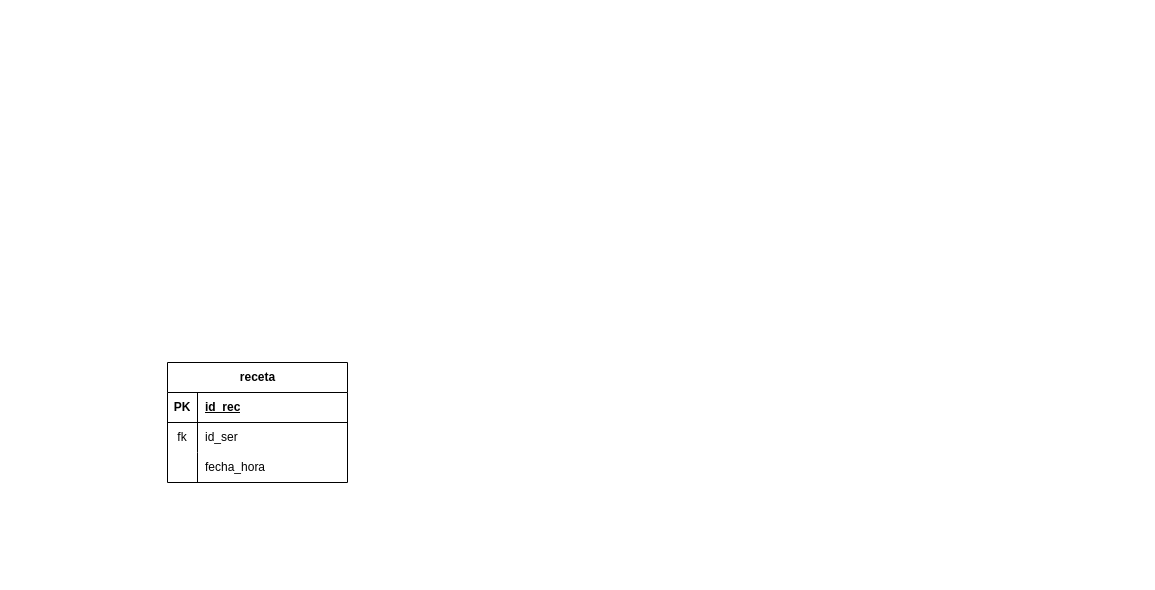
The draw.io diagram CPM_Models.drawio in ErnestoDanielTafoyaMolinaCYM/clases-cat-cym, before the edit. Source tidied: cells renumbered, new cells numbered last; positions are measured from the earlier drawing's top-left corner, leaving out a move shared by most shapes. Both pictures are drawn from the tidied source at 100%, with x=0, y=0 at pixel (167, 362).
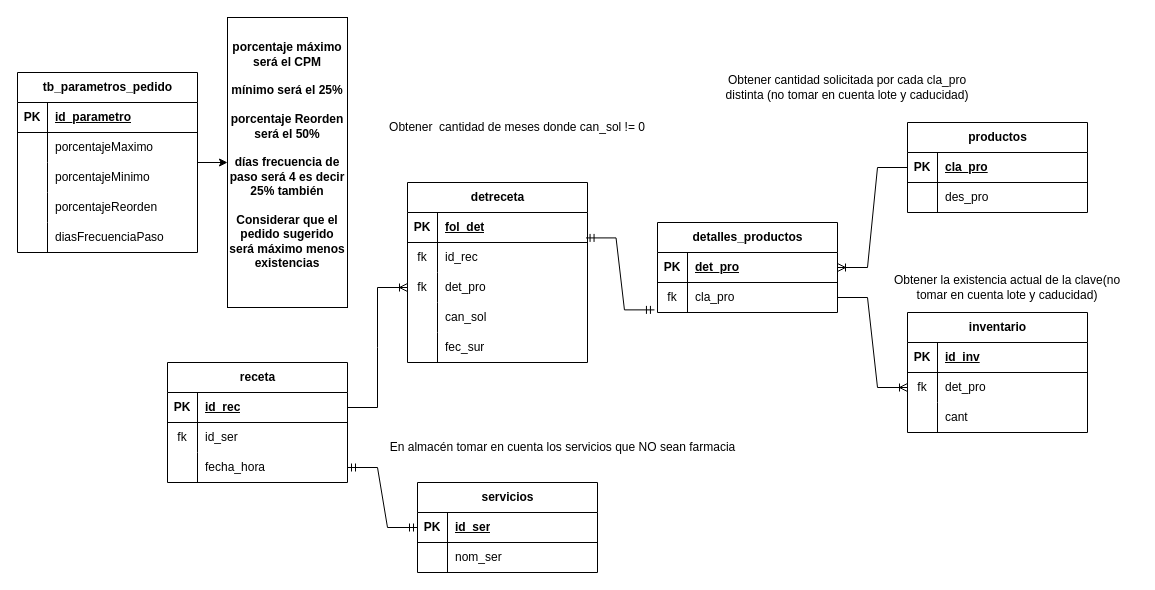
The same diagram, later.

The change refers to these unchanged cells:
```xml
<mxCell id="3" style="shape=tableRow;horizontal=0;startSize=0;swimlaneHead=0;swimlaneBody=0;fillColor=none;points=[[0,0.5],[1,0.5]];portConstraint=eastwest;top=0;left=0;right=0;bottom=1;" parent="2" vertex="1">
  <mxGeometry y="30" width="180" height="30" as="geometry" />
</mxCell>
<mxCell id="9" style="shape=tableRow;horizontal=0;startSize=0;swimlaneHead=0;swimlaneBody=0;fillColor=none;points=[[0,0.5],[1,0.5]];portConstraint=eastwest;top=0;left=0;right=0;bottom=0;" parent="2" vertex="1">
  <mxGeometry y="90" width="180" height="30" as="geometry" />
</mxCell>
```

What changed in the source:
```diff
@@
+    <mxCell id="12" value="detreceta" style="shape=table;startSize=30;childLayout=tableLayout;rowLines=0;fontStyle=1;align=center;html=1;" parent="1" vertex="1">
+      <mxGeometry x="240" y="-180" width="180" height="180" as="geometry" />
+    </mxCell>
+    <mxCell id="13" style="shape=tableRow;horizontal=0;startSize=0;swimlaneHead=0;swimlaneBody=0;fillColor=none;points=[[0,0.5],[1,0.5]];portConstraint=eastwest;top=0;left=0;right=0;bottom=1;" parent="12" vertex="1">
+      <mxGeometry y="30" width="180" height="30" as="geometry" />
+    </mxCell>
+    <mxCell id="14" value="PK" style="shape=partialRectangle;fillColor=none;top=0;left=0;bottom=0;right=0;fontStyle=1;overflow=hidden;whiteSpace=wrap;html=1;" parent="13" vertex="1">
+      <mxGeometry width="30" height="30" as="geometry" />
+    </mxCell>
+    <mxCell id="15" value="fol_det" style="shape=partialRectangle;fillColor=none;top=0;left=0;bottom=0;right=0;align=left;spacingLeft=6;fontStyle=5;overflow=hidden;whiteSpace=wrap;html=1;" parent="13" vertex="1">
+      <mxGeometry x="30" width="150" height="30" as="geometry" />
+    </mxCell>
+    <mxCell id="16" style="shape=tableRow;horizontal=0;startSize=0;swimlaneHead=0;swimlaneBody=0;fillColor=none;top=0;left=0;right=0;bottom=0;" parent="12" vertex="1">
+      <mxGeometry y="60" width="180" height="30" as="geometry" />
+    </mxCell>
+    <mxCell id="17" value="fk" style="shape=partialRectangle;fillColor=none;top=0;left=0;bottom=0;right=0;overflow=hidden;whiteSpace=wrap;html=1;" parent="16" vertex="1">
+      <mxGeometry width="30" height="30" as="geometry" />
+    </mxCell>
+    <mxCell id="18" value="id_rec" style="shape=partialRectangle;fillColor=none;top=0;left=0;bottom=0;right=0;align=left;spacingLeft=6;overflow=hidden;whiteSpace=wrap;html=1;" parent="16" vertex="1">
+      <mxGeometry x="30" width="150" height="30" as="geometry" />
+    </mxCell>
+    <mxCell id="19" style="shape=tableRow;horizontal=0;startSize=0;swimlaneHead=0;swimlaneBody=0;fillColor=none;points=[[0,0.5],[1,0.5]];portConstraint=eastwest;top=0;left=0;right=0;bottom=0;" parent="12" vertex="1">
+      <mxGeometry y="90" width="180" height="30" as="geometry" />
+    </mxCell>
+    <mxCell id="20" value="fk" style="shape=partialRectangle;fillColor=none;top=0;left=0;bottom=0;right=0;overflow=hidden;whiteSpace=wrap;html=1;" parent="19" vertex="1">
+      <mxGeometry width="30" height="30" as="geometry" />
+    </mxCell>
+    <mxCell id="21" value="det_pro" style="shape=partialRectangle;fillColor=none;top=0;left=0;bottom=0;right=0;align=left;spacingLeft=6;overflow=hidden;whiteSpace=wrap;html=1;" parent="19" vertex="1">
+      <mxGeometry x="30" width="150" height="30" as="geometry" />
+    </mxCell>
+    <mxCell id="22" style="shape=tableRow;horizontal=0;startSize=0;swimlaneHead=0;swimlaneBody=0;fillColor=none;top=0;left=0;right=0;bottom=0;" parent="12" vertex="1">
+      <mxGeometry y="120" width="180" height="30" as="geometry" />
+    </mxCell>
+    <mxCell id="23" style="shape=partialRectangle;fillColor=none;top=0;left=0;bottom=0;right=0;overflow=hidden;whiteSpace=wrap;html=1;" parent="22" vertex="1">
+      <mxGeometry width="30" height="30" as="geometry" />
+    </mxCell>
+    <mxCell id="24" value="can_sol" style="shape=partialRectangle;fillColor=none;top=0;left=0;bottom=0;right=0;align=left;spacingLeft=6;overflow=hidden;whiteSpace=wrap;html=1;" parent="22" vertex="1">
+      <mxGeometry x="30" width="150" height="30" as="geometry" />
+    </mxCell>
+    <mxCell id="25" style="shape=tableRow;horizontal=0;startSize=0;swimlaneHead=0;swimlaneBody=0;fillColor=none;top=0;left=0;right=0;bottom=0;" parent="12" vertex="1">
+      <mxGeometry y="150" width="180" height="30" as="geometry" />
+    </mxCell>
+    <mxCell id="26" style="shape=partialRectangle;fillColor=none;top=0;left=0;bottom=0;right=0;overflow=hidden;whiteSpace=wrap;html=1;" parent="25" vertex="1">
+      <mxGeometry width="30" height="30" as="geometry" />
+    </mxCell>
+    <mxCell id="27" value="fec_sur" style="shape=partialRectangle;fillColor=none;top=0;left=0;bottom=0;right=0;align=left;spacingLeft=6;overflow=hidden;whiteSpace=wrap;html=1;" parent="25" vertex="1">
+      <mxGeometry x="30" width="150" height="30" as="geometry" />
+    </mxCell>
+    <mxCell id="28" value="detalles_productos" style="shape=table;startSize=30;childLayout=tableLayout;rowLines=0;fontStyle=1;align=center;html=1;" parent="1" vertex="1">
+      <mxGeometry x="490" y="-140" width="180" height="90" as="geometry" />
+    </mxCell>
+    <mxCell id="29" style="shape=tableRow;horizontal=0;startSize=0;swimlaneHead=0;swimlaneBody=0;fillColor=none;points=[[0,0.5],[1,0.5]];portConstraint=eastwest;top=0;left=0;right=0;bottom=1;" parent="28" vertex="1">
+      <mxGeometry y="30" width="180" height="30" as="geometry" />
+    </mxCell>
+    <mxCell id="30" value="PK" style="shape=partialRectangle;fillColor=none;top=0;left=0;bottom=0;right=0;fontStyle=1;overflow=hidden;whiteSpace=wrap;html=1;" parent="29" vertex="1">
+      <mxGeometry width="30" height="30" as="geometry" />
+    </mxCell>
+    <mxCell id="31" value="det_pro" style="shape=partialRectangle;fillColor=none;top=0;left=0;bottom=0;right=0;align=left;spacingLeft=6;fontStyle=5;overflow=hidden;whiteSpace=wrap;html=1;" parent="29" vertex="1">
+      <mxGeometry x="30" width="150" height="30" as="geometry" />
+    </mxCell>
+    <mxCell id="32" style="shape=tableRow;horizontal=0;startSize=0;swimlaneHead=0;swimlaneBody=0;fillColor=none;points=[[0,0.5],[1,0.5]];portConstraint=eastwest;top=0;left=0;right=0;bottom=0;" parent="28" vertex="1">
+      <mxGeometry y="60" width="180" height="30" as="geometry" />
+    </mxCell>
+    <mxCell id="33" value="fk" style="shape=partialRectangle;fillColor=none;top=0;left=0;bottom=0;right=0;overflow=hidden;whiteSpace=wrap;html=1;" parent="32" vertex="1">
+      <mxGeometry width="30" height="30" as="geometry" />
+    </mxCell>
+    <mxCell id="34" value="cla_pro" style="shape=partialRectangle;fillColor=none;top=0;left=0;bottom=0;right=0;align=left;spacingLeft=6;overflow=hidden;whiteSpace=wrap;html=1;" parent="32" vertex="1">
+      <mxGeometry x="30" width="150" height="30" as="geometry" />
+    </mxCell>
+    <mxCell id="35" value="productos" style="shape=table;startSize=30;childLayout=tableLayout;rowLines=0;fontStyle=1;align=center;html=1;" parent="1" vertex="1">
+      <mxGeometry x="740" y="-240" width="180" height="90" as="geometry" />
+    </mxCell>
+    <mxCell id="36" style="shape=tableRow;horizontal=0;startSize=0;swimlaneHead=0;swimlaneBody=0;fillColor=none;points=[[0,0.5],[1,0.5]];portConstraint=eastwest;top=0;left=0;right=0;bottom=1;" parent="35" vertex="1">
+      <mxGeometry y="30" width="180" height="30" as="geometry" />
+    </mxCell>
+    <mxCell id="37" value="PK" style="shape=partialRectangle;fillColor=none;top=0;left=0;bottom=0;right=0;fontStyle=1;overflow=hidden;whiteSpace=wrap;html=1;" parent="36" vertex="1">
+      <mxGeometry width="30" height="30" as="geometry" />
+    </mxCell>
+    <mxCell id="38" value="cla_pro" style="shape=partialRectangle;fillColor=none;top=0;left=0;bottom=0;right=0;align=left;spacingLeft=6;fontStyle=5;overflow=hidden;whiteSpace=wrap;html=1;" parent="36" vertex="1">
+      <mxGeometry x="30" width="150" height="30" as="geometry" />
+    </mxCell>
+    <mxCell id="39" style="shape=tableRow;horizontal=0;startSize=0;swimlaneHead=0;swimlaneBody=0;fillColor=none;top=0;left=0;right=0;bottom=0;" parent="35" vertex="1">
+      <mxGeometry y="60" width="180" height="30" as="geometry" />
+    </mxCell>
+    <mxCell id="40" style="shape=partialRectangle;fillColor=none;top=0;left=0;bottom=0;right=0;overflow=hidden;whiteSpace=wrap;html=1;" parent="39" vertex="1">
+      <mxGeometry width="30" height="30" as="geometry" />
+    </mxCell>
+    <mxCell id="41" value="des_pro" style="shape=partialRectangle;fillColor=none;top=0;left=0;bottom=0;right=0;align=left;spacingLeft=6;overflow=hidden;whiteSpace=wrap;html=1;" parent="39" vertex="1">
+      <mxGeometry x="30" width="150" height="30" as="geometry" />
+    </mxCell>
+    <mxCell id="42" value="inventario" style="shape=table;startSize=30;childLayout=tableLayout;rowLines=0;fontStyle=1;align=center;html=1;" parent="1" vertex="1">
+      <mxGeometry x="740" y="-50" width="180" height="120" as="geometry" />
+    </mxCell>
+    <mxCell id="43" style="shape=tableRow;horizontal=0;startSize=0;swimlaneHead=0;swimlaneBody=0;fillColor=none;top=0;left=0;right=0;bottom=1;" parent="42" vertex="1">
+      <mxGeometry y="30" width="180" height="30" as="geometry" />
+    </mxCell>
+    <mxCell id="44" value="PK" style="shape=partialRectangle;fillColor=none;top=0;left=0;bottom=0;right=0;fontStyle=1;overflow=hidden;whiteSpace=wrap;html=1;" parent="43" vertex="1">
+      <mxGeometry width="30" height="30" as="geometry" />
+    </mxCell>
+    <mxCell id="45" value="id_inv" style="shape=partialRectangle;fillColor=none;top=0;left=0;bottom=0;right=0;align=left;spacingLeft=6;fontStyle=5;overflow=hidden;whiteSpace=wrap;html=1;" parent="43" vertex="1">
+      <mxGeometry x="30" width="150" height="30" as="geometry" />
+    </mxCell>
+    <mxCell id="46" style="shape=tableRow;horizontal=0;startSize=0;swimlaneHead=0;swimlaneBody=0;fillColor=none;points=[[0,0.5],[1,0.5]];portConstraint=eastwest;top=0;left=0;right=0;bottom=0;" parent="42" vertex="1">
+      <mxGeometry y="60" width="180" height="30" as="geometry" />
+    </mxCell>
+    <mxCell id="47" value="fk" style="shape=partialRectangle;fillColor=none;top=0;left=0;bottom=0;right=0;overflow=hidden;whiteSpace=wrap;html=1;" parent="46" vertex="1">
+      <mxGeometry width="30" height="30" as="geometry" />
+    </mxCell>
+    <mxCell id="48" value="det_pro" style="shape=partialRectangle;fillColor=none;top=0;left=0;bottom=0;right=0;align=left;spacingLeft=6;overflow=hidden;whiteSpace=wrap;html=1;" parent="46" vertex="1">
+      <mxGeometry x="30" width="150" height="30" as="geometry" />
+    </mxCell>
+    <mxCell id="49" style="shape=tableRow;horizontal=0;startSize=0;swimlaneHead=0;swimlaneBody=0;fillColor=none;top=0;left=0;right=0;bottom=0;" parent="42" vertex="1">
+      <mxGeometry y="90" width="180" height="30" as="geometry" />
+    </mxCell>
+    <mxCell id="50" style="shape=partialRectangle;fillColor=none;top=0;left=0;bottom=0;right=0;overflow=hidden;whiteSpace=wrap;html=1;" parent="49" vertex="1">
+      <mxGeometry width="30" height="30" as="geometry" />
+    </mxCell>
+    <mxCell id="51" value="cant" style="shape=partialRectangle;fillColor=none;top=0;left=0;bottom=0;right=0;align=left;spacingLeft=6;overflow=hidden;whiteSpace=wrap;html=1;" parent="49" vertex="1">
+      <mxGeometry x="30" width="150" height="30" as="geometry" />
+    </mxCell>
+    <mxCell id="52" style="shape=table;startSize=0;childLayout=tableLayout;rowLines=0;fontStyle=0;align=center;strokeColor=none;fillColor=none;whiteSpace=wrap;html=1;" parent="1" vertex="1">
+      <mxGeometry x="260" y="-200" width="180" height="30" as="geometry" />
+    </mxCell>
+    <mxCell id="53" style="shape=tableRow;horizontal=0;startSize=0;swimlaneHead=0;swimlaneBody=0;fillColor=none;top=0;left=0;right=0;bottom=0;" parent="52" vertex="1">
+      <mxGeometry width="180" height="30" as="geometry" />
+    </mxCell>
+    <mxCell id="54" style="shape=partialRectangle;fillColor=none;top=0;left=0;bottom=0;right=0;overflow=hidden;" parent="53" vertex="1">
+      <mxGeometry width="30" height="30" as="geometry" />
+    </mxCell>
+    <mxCell id="55" style="shape=partialRectangle;fillColor=none;top=0;left=0;bottom=0;right=0;align=left;spacingLeft=6;overflow=hidden;" parent="53" vertex="1">
+      <mxGeometry x="30" width="150" height="30" as="geometry" />
+    </mxCell>
+    <mxCell id="56" value="Obtener&amp;nbsp; cantidad de meses donde can_sol != 0" style="text;html=1;align=center;verticalAlign=middle;whiteSpace=wrap;rounded=0;" parent="1" vertex="1">
+      <mxGeometry x="220" y="-250" width="260" height="30" as="geometry" />
+    </mxCell>
+    <mxCell id="57" value="Obtener cantidad solicitada por cada cla_pro distinta (no tomar en cuenta lote y caducidad)" style="text;html=1;align=center;verticalAlign=middle;whiteSpace=wrap;rounded=0;" parent="1" vertex="1">
+      <mxGeometry x="550" y="-290" width="260" height="30" as="geometry" />
+    </mxCell>
+    <mxCell id="58" style="edgeStyle=entityRelationEdgeStyle;fontSize=12;html=1;endArrow=ERoneToMany;rounded=0;entryX=0;entryY=0.5;entryDx=0;entryDy=0;exitX=1;exitY=0.5;exitDx=0;exitDy=0;" parent="1" edge="1" source="3" target="19">
+      <mxGeometry relative="1" as="geometry" />
+    </mxCell>
+    <mxCell id="59" style="edgeStyle=entityRelationEdgeStyle;fontSize=12;html=1;endArrow=ERmandOne;startArrow=ERmandOne;rounded=0;entryX=-0.017;entryY=0.913;entryDx=0;entryDy=0;entryPerimeter=0;exitX=0.992;exitY=0.847;exitDx=0;exitDy=0;exitPerimeter=0;" parent="1" edge="1" source="13" target="32">
+      <mxGeometry relative="1" as="geometry" />
+    </mxCell>
+    <mxCell id="60" style="edgeStyle=entityRelationEdgeStyle;fontSize=12;html=1;endArrow=ERoneToMany;rounded=0;entryX=1;entryY=0.5;entryDx=0;entryDy=0;exitX=0;exitY=0.5;exitDx=0;exitDy=0;" parent="1" edge="1" source="36" target="29">
+      <mxGeometry relative="1" as="geometry" />
+    </mxCell>
+    <mxCell id="61" style="edgeStyle=entityRelationEdgeStyle;fontSize=12;html=1;endArrow=ERoneToMany;rounded=0;entryX=0;entryY=0.5;entryDx=0;entryDy=0;exitX=1;exitY=0.5;exitDx=0;exitDy=0;" parent="1" edge="1" source="32" target="46">
+      <mxGeometry relative="1" as="geometry" />
+    </mxCell>
+    <mxCell id="62" value="Obtener la existencia actual de la clave(no tomar en cuenta lote y caducidad)" style="text;html=1;align=center;verticalAlign=middle;whiteSpace=wrap;rounded=0;" parent="1" vertex="1">
+      <mxGeometry x="710" y="-90" width="260" height="30" as="geometry" />
+    </mxCell>
+    <mxCell id="63" value="servicios" style="shape=table;startSize=30;childLayout=tableLayout;rowLines=0;fontStyle=1;align=center;html=1;" parent="1" vertex="1">
+      <mxGeometry x="250" y="120" width="180" height="90" as="geometry" />
+    </mxCell>
+    <mxCell id="64" style="shape=tableRow;horizontal=0;startSize=0;swimlaneHead=0;swimlaneBody=0;fillColor=none;points=[[0,0.5],[1,0.5]];portConstraint=eastwest;top=0;left=0;right=0;bottom=1;" parent="63" vertex="1">
+      <mxGeometry y="30" width="180" height="30" as="geometry" />
+    </mxCell>
+    <mxCell id="65" value="PK" style="shape=partialRectangle;fillColor=none;top=0;left=0;bottom=0;right=0;fontStyle=1;overflow=hidden;whiteSpace=wrap;html=1;" parent="64" vertex="1">
+      <mxGeometry width="30" height="30" as="geometry" />
+    </mxCell>
+    <mxCell id="66" value="id_ser" style="shape=partialRectangle;fillColor=none;top=0;left=0;bottom=0;right=0;align=left;spacingLeft=6;fontStyle=5;overflow=hidden;whiteSpace=wrap;html=1;" parent="64" vertex="1">
+      <mxGeometry x="30" width="150" height="30" as="geometry" />
+    </mxCell>
+    <mxCell id="67" style="shape=tableRow;horizontal=0;startSize=0;swimlaneHead=0;swimlaneBody=0;fillColor=none;top=0;left=0;right=0;bottom=0;" parent="63" vertex="1">
+      <mxGeometry y="60" width="180" height="30" as="geometry" />
+    </mxCell>
+    <mxCell id="68" style="shape=partialRectangle;fillColor=none;top=0;left=0;bottom=0;right=0;overflow=hidden;whiteSpace=wrap;html=1;" parent="67" vertex="1">
+      <mxGeometry width="30" height="30" as="geometry" />
+    </mxCell>
+    <mxCell id="69" value="nom_ser" style="shape=partialRectangle;fillColor=none;top=0;left=0;bottom=0;right=0;align=left;spacingLeft=6;overflow=hidden;whiteSpace=wrap;html=1;" parent="67" vertex="1">
+      <mxGeometry x="30" width="150" height="30" as="geometry" />
+    </mxCell>
+    <mxCell id="70" value="En almacén tomar en cuenta los servicios que NO sean farmacia" style="text;html=1;align=center;verticalAlign=middle;strokeColor=none;fillColor=none;" parent="1" vertex="1">
+      <mxGeometry x="210" y="70" width="370" height="30" as="geometry" />
+    </mxCell>
+    <mxCell id="71" style="edgeStyle=entityRelationEdgeStyle;fontSize=12;html=1;endArrow=ERmandOne;startArrow=ERmandOne;rounded=0;entryX=0;entryY=0.5;entryDx=0;entryDy=0;exitX=1;exitY=0.5;exitDx=0;exitDy=0;" parent="1" edge="1" source="9" target="64">
+      <mxGeometry relative="1" as="geometry" />
+    </mxCell>
+    <mxCell id="72" style="edgeStyle=orthogonalEdgeStyle;rounded=0;jettySize=auto;html=1;" parent="1" edge="1" source="73" target="89">
+      <mxGeometry relative="1" as="geometry" />
+    </mxCell>
+    <mxCell id="73" value="tb_parametros_pedido" style="shape=table;startSize=30;childLayout=tableLayout;rowLines=0;fontStyle=1;align=center;html=1;" parent="1" vertex="1">
+      <mxGeometry x="-150" y="-290" width="180" height="180" as="geometry" />
+    </mxCell>
+    <mxCell id="74" style="shape=tableRow;horizontal=0;startSize=0;swimlaneHead=0;swimlaneBody=0;fillColor=none;top=0;left=0;right=0;bottom=1;" parent="73" vertex="1">
+      <mxGeometry y="30" width="180" height="30" as="geometry" />
+    </mxCell>
+    <mxCell id="75" value="PK" style="shape=partialRectangle;fillColor=none;top=0;left=0;bottom=0;right=0;fontStyle=1;overflow=hidden;whiteSpace=wrap;html=1;" parent="74" vertex="1">
+      <mxGeometry width="30" height="30" as="geometry" />
+    </mxCell>
+    <mxCell id="76" value="id_parametro" style="shape=partialRectangle;fillColor=none;top=0;left=0;bottom=0;right=0;align=left;spacingLeft=6;fontStyle=5;overflow=hidden;whiteSpace=wrap;html=1;" parent="74" vertex="1">
+      <mxGeometry x="30" width="150" height="30" as="geometry" />
+    </mxCell>
+    <mxCell id="77" style="shape=tableRow;horizontal=0;startSize=0;swimlaneHead=0;swimlaneBody=0;fillColor=none;top=0;left=0;right=0;bottom=0;" parent="73" vertex="1">
+      <mxGeometry y="60" width="180" height="30" as="geometry" />
+    </mxCell>
+    <mxCell id="78" style="shape=partialRectangle;fillColor=none;top=0;left=0;bottom=0;right=0;overflow=hidden;whiteSpace=wrap;html=1;" parent="77" vertex="1">
+      <mxGeometry width="30" height="30" as="geometry" />
+    </mxCell>
+    <mxCell id="79" value="porcentajeMaximo" style="shape=partialRectangle;fillColor=none;top=0;left=0;bottom=0;right=0;align=left;spacingLeft=6;overflow=hidden;whiteSpace=wrap;html=1;" parent="77" vertex="1">
+      <mxGeometry x="30" width="150" height="30" as="geometry" />
+    </mxCell>
+    <mxCell id="80" style="shape=tableRow;horizontal=0;startSize=0;swimlaneHead=0;swimlaneBody=0;fillColor=none;top=0;left=0;right=0;bottom=0;" parent="73" vertex="1">
+      <mxGeometry y="90" width="180" height="30" as="geometry" />
+    </mxCell>
+    <mxCell id="81" style="shape=partialRectangle;fillColor=none;top=0;left=0;bottom=0;right=0;overflow=hidden;whiteSpace=wrap;html=1;" parent="80" vertex="1">
+      <mxGeometry width="30" height="30" as="geometry" />
+    </mxCell>
+    <mxCell id="82" value="porcentajeMinimo" style="shape=partialRectangle;fillColor=none;top=0;left=0;bottom=0;right=0;align=left;spacingLeft=6;overflow=hidden;whiteSpace=wrap;html=1;" parent="80" vertex="1">
+      <mxGeometry x="30" width="150" height="30" as="geometry" />
+    </mxCell>
+    <mxCell id="83" style="shape=tableRow;horizontal=0;startSize=0;swimlaneHead=0;swimlaneBody=0;fillColor=none;top=0;left=0;right=0;bottom=0;" parent="73" vertex="1">
+      <mxGeometry y="120" width="180" height="30" as="geometry" />
+    </mxCell>
+    <mxCell id="84" style="shape=partialRectangle;fillColor=none;top=0;left=0;bottom=0;right=0;overflow=hidden;whiteSpace=wrap;html=1;" parent="83" vertex="1">
+      <mxGeometry width="30" height="30" as="geometry" />
+    </mxCell>
+    <mxCell id="85" value="porcentajeReorden" style="shape=partialRectangle;fillColor=none;top=0;left=0;bottom=0;right=0;align=left;spacingLeft=6;overflow=hidden;whiteSpace=wrap;html=1;" parent="83" vertex="1">
+      <mxGeometry x="30" width="150" height="30" as="geometry" />
+    </mxCell>
+    <mxCell id="86" style="shape=tableRow;horizontal=0;startSize=0;swimlaneHead=0;swimlaneBody=0;fillColor=none;top=0;left=0;right=0;bottom=0;" parent="73" vertex="1">
+      <mxGeometry y="150" width="180" height="30" as="geometry" />
+    </mxCell>
+    <mxCell id="87" style="shape=partialRectangle;fillColor=none;top=0;left=0;bottom=0;right=0;overflow=hidden;whiteSpace=wrap;html=1;" parent="86" vertex="1">
+      <mxGeometry width="30" height="30" as="geometry" />
+    </mxCell>
+    <mxCell id="88" value="diasFrecuenciaPaso" style="shape=partialRectangle;fillColor=none;top=0;left=0;bottom=0;right=0;align=left;spacingLeft=6;overflow=hidden;whiteSpace=wrap;html=1;" parent="86" vertex="1">
+      <mxGeometry x="30" width="150" height="30" as="geometry" />
+    </mxCell>
+    <mxCell id="89" value="porcentaje máximo será el CPM&lt;div&gt;&lt;br&gt;&lt;/div&gt;&lt;div&gt;mínimo será el 25%&lt;/div&gt;&lt;div&gt;&lt;br&gt;&lt;/div&gt;&lt;div&gt;porcentaje Reorden será el 50%&lt;/div&gt;&lt;div&gt;&lt;br&gt;&lt;/div&gt;&lt;div&gt;días frecuencia de paso será 4 es decir 25% también&lt;/div&gt;&lt;div&gt;&lt;br&gt;&lt;/div&gt;&lt;div&gt;Considerar que el pedido sugerido será máximo menos existencias&lt;/div&gt;&lt;div&gt;&lt;br&gt;&lt;/div&gt;" style="whiteSpace=wrap;html=1;startSize=30;fontStyle=1;" parent="1" vertex="1">
+      <mxGeometry x="60" y="-345" width="120" height="290" as="geometry" />
+    </mxCell>
```
